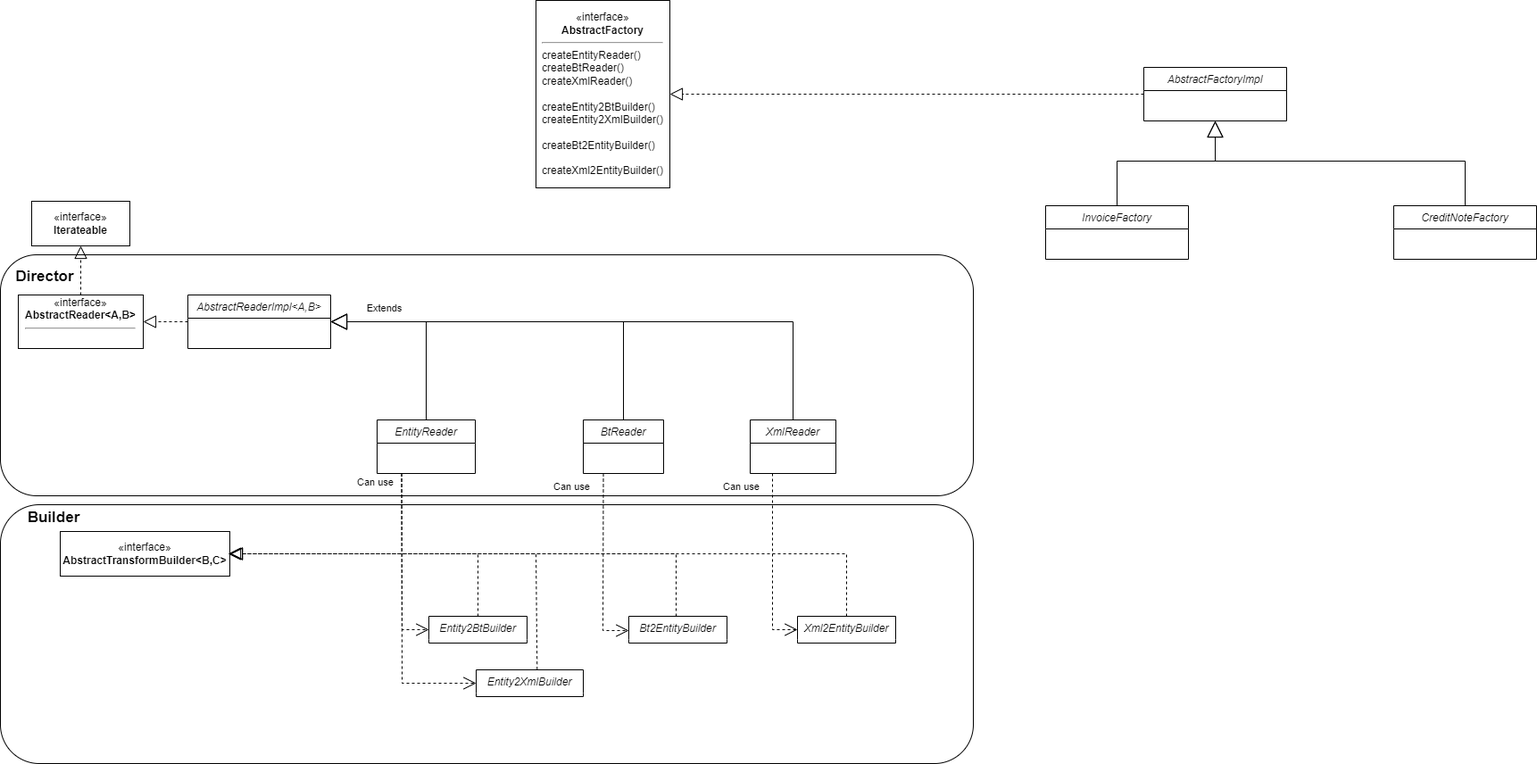
Above: architectur.drawio.png in adrian1703/sxr-core (draw.io), before the change. Source tidied: cells renumbered, new cells last; positions are measured from the earlier drawing's top-left corner, leaving out a move shared by most shapes.
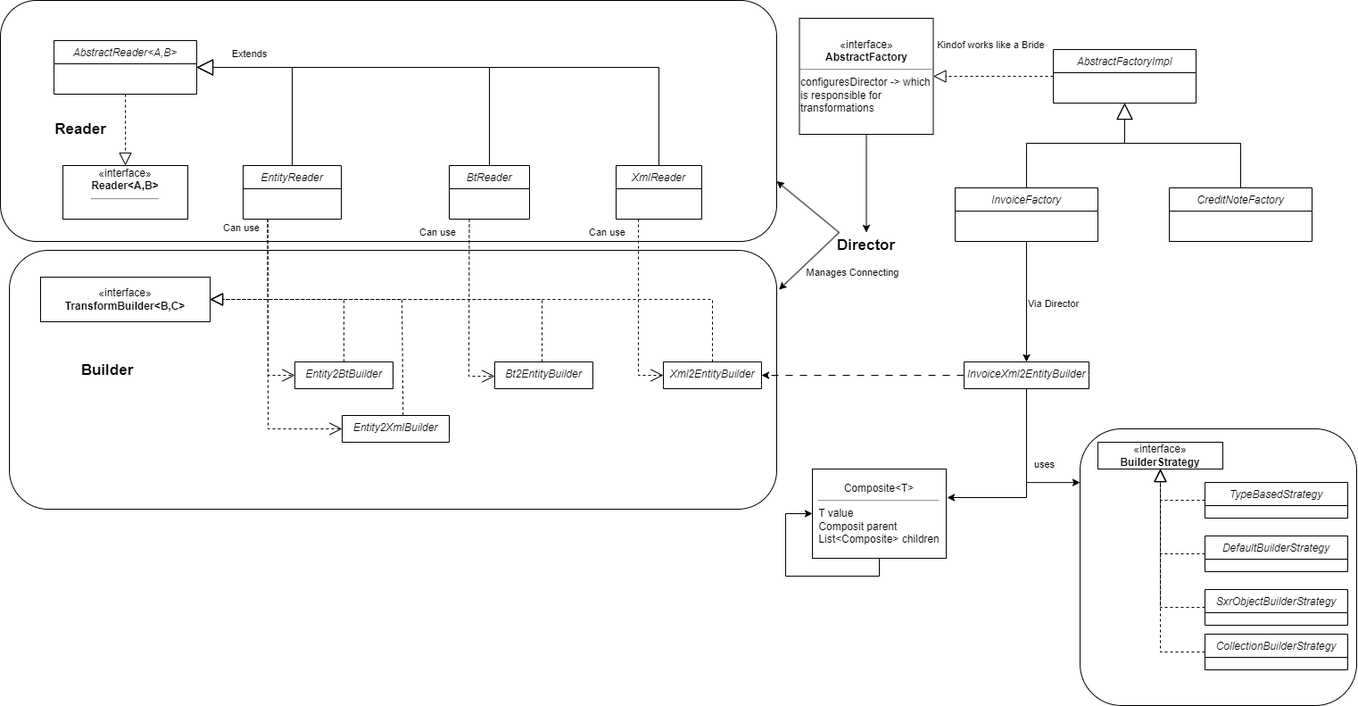
After the change.

What changed in the source:
```diff
@@ -2,49 +2,52 @@
   <root>
     <mxCell id="0" />
     <mxCell id="1" parent="0" />
+    <mxCell id="30" style="rounded=1;whiteSpace=wrap;html=1;fillColor=none;" parent="1" vertex="1">
+      <mxGeometry x="160" y="565" width="860" height="290" as="geometry" />
+    </mxCell>
     <mxCell id="2" style="rounded=1;whiteSpace=wrap;html=1;fillColor=none;" parent="1" vertex="1">
-      <mxGeometry y="285" width="1090" height="270" as="geometry" />
+      <mxGeometry x="150" y="285" width="870" height="270" as="geometry" />
     </mxCell>
     <mxCell id="3" value="AbstractFactoryImpl" style="swimlane;fontStyle=2;align=center;verticalAlign=top;horizontal=1;startSize=26;rounded=0;shadow=0;strokeWidth=1;" parent="1" vertex="1">
-      <mxGeometry x="1281" y="75" width="160" height="60" as="geometry" />
+      <mxGeometry x="1330" y="340" width="160" height="60" as="geometry" />
     </mxCell>
+    <mxCell id="37" style="edgeStyle=orthogonalEdgeStyle;rounded=0;jettySize=auto;html=1;entryX=0.5;entryY=0;entryDx=0;entryDy=0;" parent="1" edge="1" source="4" target="36">
+      <mxGeometry relative="1" as="geometry" />
+    </mxCell>
-    <mxCell id="4" value="«interface»&lt;br&gt;&lt;b&gt;AbstractFactory&lt;/b&gt;&lt;div&gt;&lt;hr&gt;&lt;div style=&quot;text-align: left;&quot;&gt;createEntityReader()&lt;/div&gt;&lt;/div&gt;&lt;div style=&quot;text-align: left;&quot;&gt;createBtReader()&lt;/div&gt;&lt;div style=&quot;text-align: left;&quot;&gt;createXmlReader()&lt;/div&gt;&lt;div style=&quot;text-align: left;&quot;&gt;&lt;br&gt;&lt;/div&gt;&lt;div style=&quot;text-align: left;&quot;&gt;createEntity2BtBuilder()&lt;/div&gt;&lt;div style=&quot;text-align: left;&quot;&gt;createEntity2XmlBuilder()&lt;/div&gt;&lt;div style=&quot;text-align: left;&quot;&gt;&lt;br&gt;&lt;/div&gt;&lt;div style=&quot;text-align: left;&quot;&gt;createBt2EntityBuilder()&lt;/div&gt;&lt;div style=&quot;text-align: left;&quot;&gt;&lt;br&gt;&lt;/div&gt;&lt;div style=&quot;text-align: left;&quot;&gt;createXml2EntityBuilder()&lt;/div&gt;" style="html=1;whiteSpace=wrap;enumerate=0;" parent="1" vertex="1">
-      <mxGeometry x="600" width="150" height="210" as="geometry" />
+    <mxCell id="4" value="«interface»&lt;br&gt;&lt;b&gt;AbstractFactory&lt;/b&gt;&lt;div&gt;&lt;hr&gt;&lt;div style=&quot;text-align: left;&quot;&gt;configuresDirector -&amp;gt; which&lt;/div&gt;&lt;/div&gt;&lt;div style=&quot;text-align: left;&quot;&gt;is responsible for transformations&lt;/div&gt;" style="html=1;whiteSpace=wrap;enumerate=0;" parent="1" vertex="1">
+      <mxGeometry x="1045.5" y="305" width="150" height="130" as="geometry" />
     </mxCell>
-    <mxCell id="5" value="«interface»&lt;br&gt;&lt;b&gt;AbstractReader&amp;lt;A,B&amp;gt;&lt;/b&gt;&lt;hr style=&quot;text-align: left;&quot;&gt;&lt;div style=&quot;text-align: left;&quot;&gt;&lt;br&gt;&lt;/div&gt;" style="html=1;whiteSpace=wrap;" parent="1" vertex="1">
-      <mxGeometry x="20" y="330" width="140" height="60" as="geometry" />
+    <mxCell id="5" value="«interface»&lt;br&gt;&lt;b&gt;Reader&amp;lt;A,B&amp;gt;&lt;/b&gt;&lt;hr style=&quot;text-align: left;&quot;&gt;&lt;div style=&quot;text-align: left;&quot;&gt;&lt;br&gt;&lt;/div&gt;" style="html=1;whiteSpace=wrap;" parent="1" vertex="1">
+      <mxGeometry x="220" y="470" width="140" height="60" as="geometry" />
     </mxCell>
+    <mxCell id="38" value="Via Director" style="edgeStyle=orthogonalEdgeStyle;rounded=0;jettySize=auto;html=1;entryX=0.5;entryY=0;entryDx=0;entryDy=0;" parent="1" edge="1" source="6" target="43">
+      <mxGeometry x="0.04" y="30" relative="1" as="geometry" />
+    </mxCell>
     <mxCell id="6" value="InvoiceFactory" style="swimlane;fontStyle=2;align=center;verticalAlign=top;horizontal=1;startSize=26;rounded=0;shadow=0;strokeWidth=1;" parent="1" vertex="1">
-      <mxGeometry x="1171" y="230" width="160" height="60" as="geometry" />
+      <mxGeometry x="1220" y="495" width="160" height="60" as="geometry" />
     </mxCell>
     <mxCell id="7" value="CreditNoteFactory" style="swimlane;fontStyle=2;align=center;verticalAlign=top;horizontal=1;startSize=26;rounded=0;shadow=0;strokeWidth=1;" parent="1" vertex="1">
-      <mxGeometry x="1561" y="230" width="160" height="60" as="geometry" />
+      <mxGeometry x="1460" y="495" width="160" height="60" as="geometry" />
     </mxCell>
     <mxCell id="8" style="endArrow=block;endSize=16;endFill=0;html=1;rounded=0;entryX=0.5;entryY=1;entryDx=0;entryDy=0;exitX=0.5;exitY=0;exitDx=0;exitDy=0;" parent="1" edge="1" source="6" target="3">
       <mxGeometry relative="1" as="geometry">
         <Array as="points">
-          <mxPoint x="1251" y="180" />
-          <mxPoint x="1361" y="180" />
+          <mxPoint x="1300" y="445" />
+          <mxPoint x="1410" y="445" />
         </Array>
       </mxGeometry>
     </mxCell>
     <mxCell id="9" style="endArrow=block;endSize=16;endFill=0;html=1;rounded=0;exitX=0.5;exitY=0;exitDx=0;exitDy=0;entryX=0.5;entryY=1;entryDx=0;entryDy=0;" parent="1" edge="1" source="7" target="3">
       <mxGeometry x="0.12" y="13" relative="1" as="geometry">
         <Array as="points">
-          <mxPoint x="1641" y="180" />
-          <mxPoint x="1361" y="180" />
+          <mxPoint x="1540" y="445" />
+          <mxPoint x="1410" y="445" />
         </Array>
       </mxGeometry>
     </mxCell>
-    <mxCell id="10" style="endArrow=block;dashed=1;endFill=0;endSize=12;html=1;rounded=0;entryX=1;entryY=0.5;entryDx=0;entryDy=0;exitX=0;exitY=0.5;exitDx=0;exitDy=0;" parent="1" edge="1" source="3" target="4">
-      <mxGeometry relative="1" as="geometry" />
+    <mxCell id="10" value="Kindof works like a Bride" style="endArrow=block;dashed=1;endFill=0;endSize=12;html=1;rounded=0;entryX=1;entryY=0.5;entryDx=0;entryDy=0;exitX=0;exitY=0.5;exitDx=0;exitDy=0;" parent="1" edge="1" source="3" target="4">
+      <mxGeometry x="0.04" y="-35" relative="1" as="geometry" />
     </mxCell>
-    <mxCell id="11" value="«interface»&lt;br&gt;&lt;b&gt;Iterateable&lt;/b&gt;" style="html=1;whiteSpace=wrap;" parent="1" vertex="1">
-      <mxGeometry x="35" y="225" width="110" height="50" as="geometry" />
-    </mxCell>
-    <mxCell id="12" style="endArrow=block;dashed=1;endFill=0;endSize=12;html=1;rounded=0;entryX=0.5;entryY=1;entryDx=0;entryDy=0;exitX=0.5;exitY=0;exitDx=0;exitDy=0;" parent="1" edge="1" source="5" target="11">
-      <mxGeometry relative="1" as="geometry" />
-    </mxCell>
     <mxCell id="13" value="EntityReader" style="swimlane;fontStyle=2;align=center;verticalAlign=top;horizontal=1;startSize=26;rounded=0;shadow=0;strokeWidth=1;" parent="1" vertex="1">
       <mxGeometry x="422" y="470" width="110" height="60" as="geometry" />
     </mxCell>
@@ -54,17 +57,17 @@
     <mxCell id="15" value="XmlReader" style="swimlane;fontStyle=2;align=center;verticalAlign=top;horizontal=1;startSize=26;rounded=0;shadow=0;strokeWidth=1;" parent="1" vertex="1">
       <mxGeometry x="840" y="470" width="96" height="60" as="geometry" />
     </mxCell>
-    <mxCell id="16" value="AbstractReaderImpl&lt;A,B&gt;" style="swimlane;fontStyle=2;align=center;verticalAlign=top;horizontal=1;startSize=26;rounded=0;shadow=0;strokeWidth=1;" parent="1" vertex="1">
+    <mxCell id="16" value="AbstractReader&lt;A,B&gt;" style="swimlane;fontStyle=2;align=center;verticalAlign=top;horizontal=1;startSize=26;rounded=0;shadow=0;strokeWidth=1;" parent="1" vertex="1">
       <mxGeometry x="210" y="330" width="160" height="60" as="geometry" />
     </mxCell>
-    <mxCell id="17" style="endArrow=block;dashed=1;endFill=0;endSize=12;html=1;rounded=0;entryX=1;entryY=0.5;entryDx=0;entryDy=0;exitX=0;exitY=0.5;exitDx=0;exitDy=0;" parent="1" edge="1" source="16" target="5">
+    <mxCell id="17" style="endArrow=block;dashed=1;endFill=0;endSize=12;html=1;rounded=0;entryX=0.5;entryY=0;entryDx=0;entryDy=0;exitX=0.5;exitY=1;exitDx=0;exitDy=0;" parent="1" edge="1" source="16" target="5">
       <mxGeometry relative="1" as="geometry" />
     </mxCell>
     <mxCell id="18" value="Entity2BtBuilder" style="swimlane;fontStyle=2;align=center;verticalAlign=top;horizontal=1;startSize=26;rounded=0;shadow=0;strokeWidth=1;strokeColor=default;fontFamily=Helvetica;fontSize=12;fontColor=default;fillColor=default;swimlaneLine=0;" parent="1" vertex="1">
       <mxGeometry x="480" y="690" width="110" height="30" as="geometry" />
     </mxCell>
-    <mxCell id="19" value="«interface»&lt;br&gt;&lt;b&gt;AbstractTransformBuilder&amp;lt;B,C&amp;gt;&lt;/b&gt;" style="html=1;whiteSpace=wrap;" parent="1" vertex="1">
-      <mxGeometry x="67" y="595" width="190" height="50" as="geometry" />
+    <mxCell id="19" value="«interface»&lt;br&gt;&lt;b&gt;TransformBuilder&amp;lt;B,C&amp;gt;&lt;/b&gt;" style="html=1;whiteSpace=wrap;" parent="1" vertex="1">
+      <mxGeometry x="195" y="595" width="190" height="50" as="geometry" />
     </mxCell>
     <mxCell id="20" value="Bt2EntityBuilder" style="swimlane;fontStyle=2;align=center;verticalAlign=top;horizontal=1;startSize=26;rounded=0;shadow=0;strokeWidth=1;swimlaneLine=0;" parent="1" vertex="1">
       <mxGeometry x="704" y="690" width="110" height="30" as="geometry" />
@@ -127,19 +130,15 @@
         </Array>
       </mxGeometry>
     </mxCell>
-    <mxCell id="30" style="rounded=1;whiteSpace=wrap;html=1;fillColor=none;" parent="1" vertex="1">
-      <mxGeometry y="565" width="1090" height="290" as="geometry" />
-    </mxCell>
-    <mxCell id="31" style="endArrow=block;dashed=1;endFill=0;endSize=12;html=1;rounded=0;entryX=1;entryY=0.5;entryDx=0;entryDy=0;exitX=0.5;exitY=0;exitDx=0;exitDy=0;" parent="1" edge="1" source="21">
+    <mxCell id="31" style="endArrow=block;dashed=1;endFill=0;endSize=12;html=1;rounded=0;entryX=1;entryY=0.5;entryDx=0;entryDy=0;exitX=0.5;exitY=0;exitDx=0;exitDy=0;" parent="1" edge="1" source="21" target="19">
       <mxGeometry relative="1" as="geometry">
-        <mxPoint x="255" y="620" as="targetPoint" />
         <Array as="points">
           <mxPoint x="948" y="620" />
         </Array>
       </mxGeometry>
     </mxCell>
     <mxCell id="32" value="Builder" style="text;html=1;align=center;verticalAlign=middle;whiteSpace=wrap;rounded=0;fontStyle=1;fontSize=17;" parent="1" vertex="1">
-      <mxGeometry x="30" y="565" width="60" height="30" as="geometry" />
+      <mxGeometry x="240" y="685" width="60" height="30" as="geometry" />
     </mxCell>
     <mxCell id="33" value="Extends" style="endArrow=block;endSize=16;endFill=0;html=1;rounded=0;exitX=0.5;exitY=0;exitDx=0;exitDy=0;entryX=1;entryY=0.5;entryDx=0;entryDy=0;" parent="1" edge="1" source="13" target="16">
       <mxGeometry x="0.45" y="-15" relative="1" as="geometry">
@@ -163,7 +162,76 @@
       </mxGeometry>
     </mxCell>
     <mxCell id="36" value="Director" style="text;html=1;align=center;verticalAlign=middle;whiteSpace=wrap;rounded=0;fontStyle=1;fontSize=17;" parent="1" vertex="1">
-      <mxGeometry x="20" y="295" width="60" height="30" as="geometry" />
+      <mxGeometry x="1090" y="545" width="61" height="30" as="geometry" />
     </mxCell>
+    <mxCell id="39" value="Reader" style="text;html=1;align=center;verticalAlign=middle;whiteSpace=wrap;rounded=0;fontStyle=1;fontSize=17;" parent="1" vertex="1">
+      <mxGeometry x="210" y="415" width="60" height="30" as="geometry" />
+    </mxCell>
+    <mxCell id="40" style="endArrow=classic;html=1;rounded=0;exitX=0;exitY=0;exitDx=0;exitDy=0;entryX=1.003;entryY=0.152;entryDx=0;entryDy=0;entryPerimeter=0;" parent="1" edge="1" source="36" target="30">
+      <mxGeometry relative="1" as="geometry" />
+    </mxCell>
+    <mxCell id="41" value="Manages Connecting" style="endArrow=classic;html=1;rounded=0;exitX=0;exitY=0;exitDx=0;exitDy=0;entryX=1;entryY=0.75;entryDx=0;entryDy=0;" parent="1" edge="1" source="36" target="2">
+      <mxGeometry x="-1" y="41" relative="1" as="geometry">
+        <mxPoint x="41" y="13" as="offset" />
+      </mxGeometry>
+    </mxCell>
+    <mxCell id="42" style="edgeStyle=orthogonalEdgeStyle;rounded=0;jettySize=auto;html=1;entryX=1;entryY=0.5;entryDx=0;entryDy=0;dashed=1;dashPattern=8 8;" parent="1" edge="1" source="43" target="21">
+      <mxGeometry relative="1" as="geometry" />
+    </mxCell>
+    <mxCell id="43" value="InvoiceXml2EntityBuilder" style="swimlane;fontStyle=2;align=center;verticalAlign=top;horizontal=1;startSize=15;rounded=0;shadow=0;strokeWidth=1;strokeColor=default;fontFamily=Helvetica;fontSize=12;fontColor=default;fillColor=default;swimlaneLine=0;" parent="1" vertex="1">
+      <mxGeometry x="1230" y="690" width="140" height="30" as="geometry" />
+    </mxCell>
+    <mxCell id="44" style="rounded=1;whiteSpace=wrap;html=1;fillColor=none;" parent="1" vertex="1">
+      <mxGeometry x="1360" y="765" width="310" height="310" as="geometry" />
+    </mxCell>
+    <mxCell id="45" value="«interface»&lt;br&gt;&lt;b&gt;BuilderStrategy&lt;/b&gt;" style="html=1;whiteSpace=wrap;" parent="1" vertex="1">
+      <mxGeometry x="1380" y="780" width="140" height="30" as="geometry" />
+    </mxCell>
+    <mxCell id="46" style="edgeStyle=orthogonalEdgeStyle;rounded=0;jettySize=auto;html=1;exitX=0;exitY=0.5;exitDx=0;exitDy=0;dashed=1;strokeColor=default;align=center;verticalAlign=middle;fontFamily=Helvetica;fontSize=11;fontColor=default;labelBackgroundColor=default;endArrow=block;endFill=0;endSize=12;" parent="1" edge="1" source="47" target="45">
+      <mxGeometry relative="1" as="geometry" />
+    </mxCell>
+    <mxCell id="47" value="TypeBasedStrategy" style="swimlane;fontStyle=2;align=center;verticalAlign=top;horizontal=1;startSize=26;rounded=0;shadow=0;strokeWidth=1;" parent="1" vertex="1">
+      <mxGeometry x="1500" y="825" width="160" height="40" as="geometry" />
+    </mxCell>
+    <mxCell id="48" value="DefaultBuilderStrategy" style="swimlane;fontStyle=2;align=center;verticalAlign=top;horizontal=1;startSize=26;rounded=0;shadow=0;strokeWidth=1;" parent="1" vertex="1">
+      <mxGeometry x="1500" y="885" width="160" height="40" as="geometry" />
+    </mxCell>
+    <mxCell id="49" value="SxrObjectBuilderStrategy" style="swimlane;fontStyle=2;align=center;verticalAlign=top;horizontal=1;startSize=26;rounded=0;shadow=0;strokeWidth=1;" parent="1" vertex="1">
+      <mxGeometry x="1500" y="945" width="160" height="40" as="geometry" />
+    </mxCell>
+    <mxCell id="50" value="CollectionBuilderStrategy" style="swimlane;fontStyle=2;align=center;verticalAlign=top;horizontal=1;startSize=26;rounded=0;shadow=0;strokeWidth=1;" parent="1" vertex="1">
+      <mxGeometry x="1500" y="995" width="160" height="40" as="geometry" />
+    </mxCell>
+    <mxCell id="51" style="edgeStyle=orthogonalEdgeStyle;rounded=0;jettySize=auto;html=1;exitX=0;exitY=0.5;exitDx=0;exitDy=0;dashed=1;strokeColor=default;align=center;verticalAlign=middle;fontFamily=Helvetica;fontSize=11;fontColor=default;labelBackgroundColor=default;endArrow=block;endFill=0;endSize=12;exitPerimeter=0;entryX=0.5;entryY=1;entryDx=0;entryDy=0;" parent="1" edge="1" source="48" target="45">
+      <mxGeometry relative="1" as="geometry" />
+    </mxCell>
+    <mxCell id="52" style="edgeStyle=orthogonalEdgeStyle;rounded=0;jettySize=auto;html=1;exitX=0;exitY=0.5;exitDx=0;exitDy=0;dashed=1;strokeColor=default;align=center;verticalAlign=middle;fontFamily=Helvetica;fontSize=11;fontColor=default;labelBackgroundColor=default;endArrow=block;endFill=0;endSize=12;entryX=0.5;entryY=1;entryDx=0;entryDy=0;" parent="1" edge="1" source="49" target="45">
+      <mxGeometry relative="1" as="geometry" />
+    </mxCell>
+    <mxCell id="53" style="edgeStyle=orthogonalEdgeStyle;rounded=0;jettySize=auto;html=1;exitX=0;exitY=0.5;exitDx=0;exitDy=0;dashed=1;strokeColor=default;align=center;verticalAlign=middle;fontFamily=Helvetica;fontSize=11;fontColor=default;labelBackgroundColor=default;endArrow=block;endFill=0;endSize=12;entryX=0.5;entryY=1;entryDx=0;entryDy=0;" parent="1" edge="1" source="50" target="45">
+      <mxGeometry relative="1" as="geometry" />
+    </mxCell>
+    <mxCell id="54" value="uses" style="edgeStyle=orthogonalEdgeStyle;rounded=0;jettySize=auto;html=1;entryX=0;entryY=0.194;entryDx=0;entryDy=0;entryPerimeter=0;" parent="1" edge="1" source="43" target="44">
+      <mxGeometry x="0.03" y="20" relative="1" as="geometry" />
+    </mxCell>
+    <mxCell id="55" value="Composite&amp;lt;T&amp;gt;&lt;br&gt;&lt;div&gt;&lt;hr&gt;&lt;div style=&quot;text-align: left;&quot;&gt;T value&lt;/div&gt;&lt;/div&gt;&lt;div style=&quot;text-align: left;&quot;&gt;Composit parent&lt;/div&gt;&lt;div style=&quot;text-align: left;&quot;&gt;List&amp;lt;Composite&amp;gt; children&lt;/div&gt;" style="html=1;whiteSpace=wrap;enumerate=0;" parent="1" vertex="1">
+      <mxGeometry x="1060" y="810" width="150" height="100" as="geometry" />
+    </mxCell>
+    <mxCell id="56" style="edgeStyle=orthogonalEdgeStyle;rounded=0;jettySize=auto;html=1;entryX=1.007;entryY=0.32;entryDx=0;entryDy=0;entryPerimeter=0;exitX=0.5;exitY=1;exitDx=0;exitDy=0;" parent="1" edge="1" source="43" target="55">
+      <mxGeometry relative="1" as="geometry">
+        <Array as="points">
+          <mxPoint x="1300" y="842" />
+        </Array>
+      </mxGeometry>
+    </mxCell>
+    <mxCell id="57" style="edgeStyle=orthogonalEdgeStyle;rounded=0;orthogonalLoop=1;jettySize=auto;html=1;entryX=0;entryY=0.5;entryDx=0;entryDy=0;exitX=0.5;exitY=1;exitDx=0;exitDy=0;" parent="1" edge="1" source="55" target="55">
+      <mxGeometry relative="1" as="geometry">
+        <Array as="points">
+          <mxPoint x="1135" y="930" />
+          <mxPoint x="1030" y="930" />
+          <mxPoint x="1030" y="860" />
+        </Array>
+      </mxGeometry>
+    </mxCell>
   </root>
 </mxGraphModel>
```
